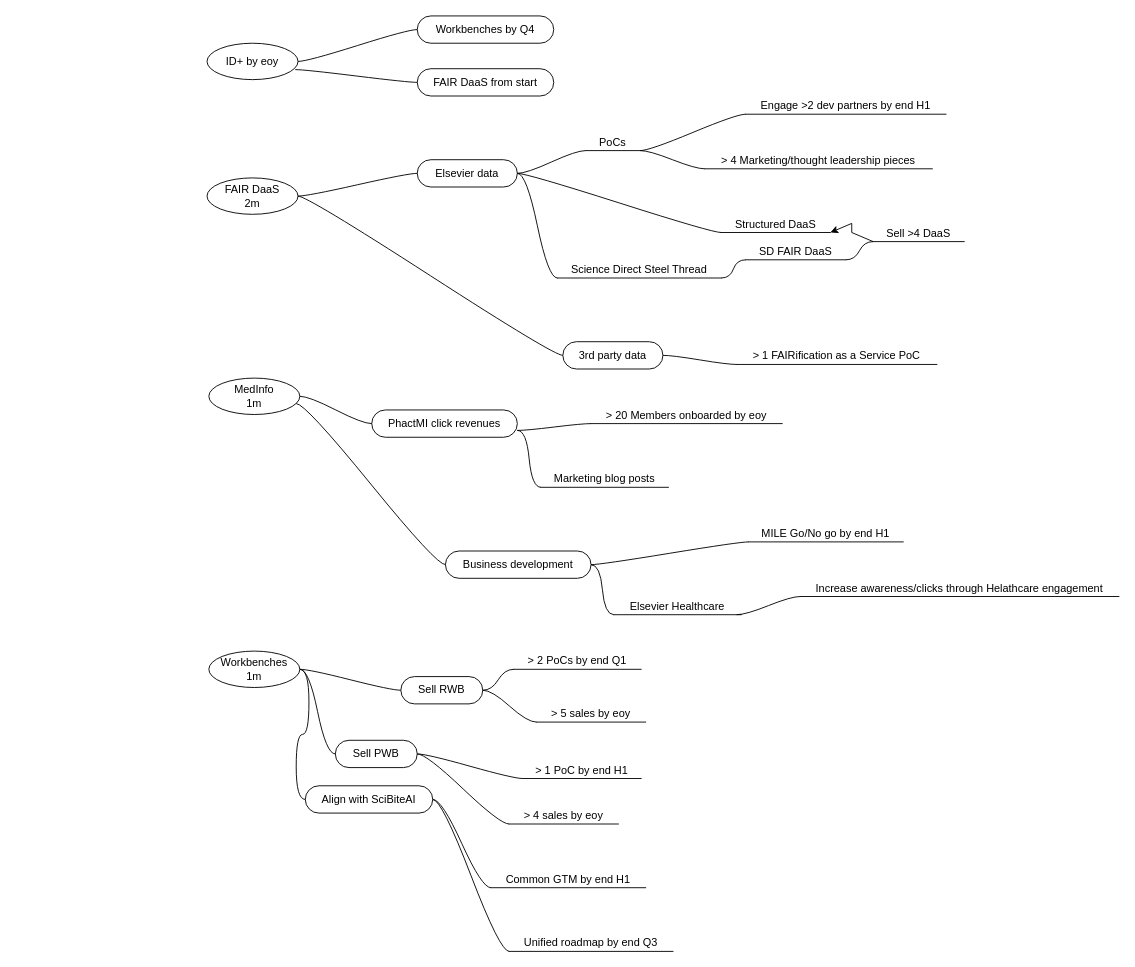
This is OKR.drawio from tim-elsevier/demos, a draw.io file, before an edit. Source tidied: cells renumbered, new cells numbered last; positions are measured from the earlier drawing's top-left corner, leaving out a move shared by most shapes. Both pictures are drawn from the tidied source at 91%, with x=0, y=0 at pixel (207, 15).
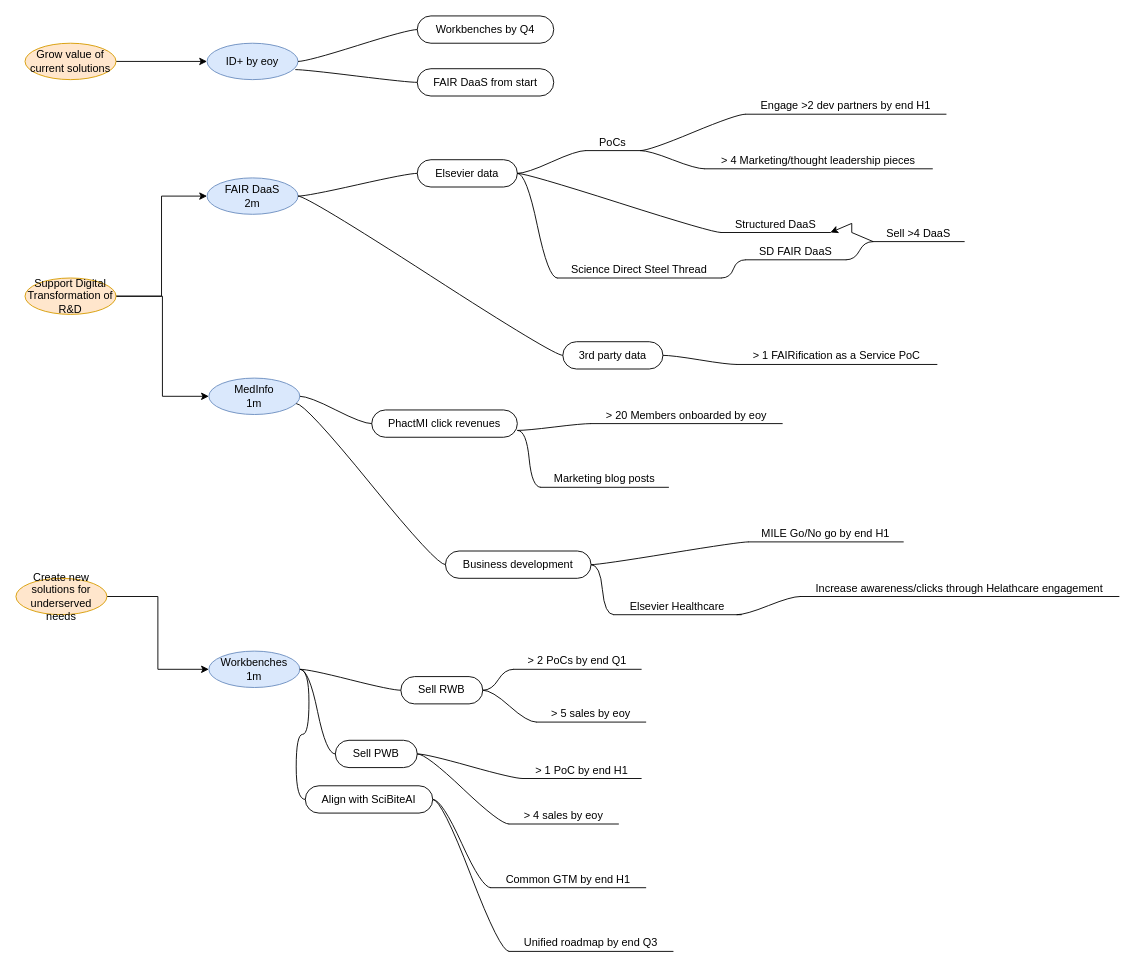
The same page after the edit.

What changed in the source:
```diff
@@
-    <mxCell id="2" value="ID+ by eoy" style="ellipse;whiteSpace=wrap;html=1;align=center;newEdgeStyle={&quot;edgeStyle&quot;:&quot;entityRelationEdgeStyle&quot;,&quot;startArrow&quot;:&quot;none&quot;,&quot;endArrow&quot;:&quot;none&quot;,&quot;segment&quot;:10,&quot;curved&quot;:1};" parent="1" vertex="1">
+    <mxCell id="2" value="ID+ by eoy" style="ellipse;whiteSpace=wrap;html=1;align=center;newEdgeStyle={&quot;edgeStyle&quot;:&quot;entityRelationEdgeStyle&quot;,&quot;startArrow&quot;:&quot;none&quot;,&quot;endArrow&quot;:&quot;none&quot;,&quot;segment&quot;:10,&quot;curved&quot;:1};fillColor=#dae8fc;strokeColor=#6c8ebf;" parent="1" vertex="1">
       <mxGeometry y="30" width="100" height="40" as="geometry" />
     </mxCell>
-    <mxCell id="3" value="FAIR DaaS&lt;br&gt;2m" style="ellipse;whiteSpace=wrap;html=1;align=center;newEdgeStyle={&quot;edgeStyle&quot;:&quot;entityRelationEdgeStyle&quot;,&quot;startArrow&quot;:&quot;none&quot;,&quot;endArrow&quot;:&quot;none&quot;,&quot;segment&quot;:10,&quot;curved&quot;:1};" parent="1" vertex="1">
+    <mxCell id="3" value="FAIR DaaS&lt;br&gt;2m" style="ellipse;whiteSpace=wrap;html=1;align=center;newEdgeStyle={&quot;edgeStyle&quot;:&quot;entityRelationEdgeStyle&quot;,&quot;startArrow&quot;:&quot;none&quot;,&quot;endArrow&quot;:&quot;none&quot;,&quot;segment&quot;:10,&quot;curved&quot;:1};fillColor=#dae8fc;strokeColor=#6c8ebf;" parent="1" vertex="1">
       <mxGeometry y="178" width="100" height="40" as="geometry" />
     </mxCell>
-    <mxCell id="4" value="MedInfo&lt;br&gt;1m" style="ellipse;whiteSpace=wrap;html=1;align=center;newEdgeStyle={&quot;edgeStyle&quot;:&quot;entityRelationEdgeStyle&quot;,&quot;startArrow&quot;:&quot;none&quot;,&quot;endArrow&quot;:&quot;none&quot;,&quot;segment&quot;:10,&quot;curved&quot;:1};" parent="1" vertex="1">
+    <mxCell id="4" value="MedInfo&lt;br&gt;1m" style="ellipse;whiteSpace=wrap;html=1;align=center;newEdgeStyle={&quot;edgeStyle&quot;:&quot;entityRelationEdgeStyle&quot;,&quot;startArrow&quot;:&quot;none&quot;,&quot;endArrow&quot;:&quot;none&quot;,&quot;segment&quot;:10,&quot;curved&quot;:1};fillColor=#dae8fc;strokeColor=#6c8ebf;" parent="1" vertex="1">
       <mxGeometry x="2" y="398" width="100" height="40" as="geometry" />
     </mxCell>
-    <mxCell id="5" value="Workbenches&lt;br&gt;1m" style="ellipse;whiteSpace=wrap;html=1;align=center;newEdgeStyle={&quot;edgeStyle&quot;:&quot;entityRelationEdgeStyle&quot;,&quot;startArrow&quot;:&quot;none&quot;,&quot;endArrow&quot;:&quot;none&quot;,&quot;segment&quot;:10,&quot;curved&quot;:1};" parent="1" vertex="1">
+    <mxCell id="5" value="Workbenches&lt;br&gt;1m" style="ellipse;whiteSpace=wrap;html=1;align=center;newEdgeStyle={&quot;edgeStyle&quot;:&quot;entityRelationEdgeStyle&quot;,&quot;startArrow&quot;:&quot;none&quot;,&quot;endArrow&quot;:&quot;none&quot;,&quot;segment&quot;:10,&quot;curved&quot;:1};fillColor=#dae8fc;strokeColor=#6c8ebf;" parent="1" vertex="1">
       <mxGeometry x="2" y="698" width="100" height="40" as="geometry" />
     </mxCell>
@@
+    <mxCell id="64" style="edgeStyle=orthogonalEdgeStyle;rounded=0;jettySize=auto;html=1;entryX=0;entryY=0.5;entryDx=0;entryDy=0;exitX=1;exitY=0.5;exitDx=0;exitDy=0;" parent="1" edge="1" source="66" target="3">
+      <mxGeometry relative="1" as="geometry" />
+    </mxCell>
+    <mxCell id="65" style="edgeStyle=orthogonalEdgeStyle;rounded=0;jettySize=auto;html=1;entryX=0;entryY=0.5;entryDx=0;entryDy=0;exitX=1;exitY=0.5;exitDx=0;exitDy=0;" parent="1" edge="1" source="66" target="4">
+      <mxGeometry relative="1" as="geometry" />
+    </mxCell>
+    <mxCell id="66" value="Support Digital Transformation of R&amp;amp;D" style="ellipse;whiteSpace=wrap;html=1;align=center;newEdgeStyle={&quot;edgeStyle&quot;:&quot;entityRelationEdgeStyle&quot;,&quot;startArrow&quot;:&quot;none&quot;,&quot;endArrow&quot;:&quot;none&quot;,&quot;segment&quot;:10,&quot;curved&quot;:1};fillColor=#ffe6cc;strokeColor=#d79b00;" parent="1" vertex="1">
+      <mxGeometry x="-200" y="288" width="100" height="40" as="geometry" />
+    </mxCell>
+    <mxCell id="67" style="edgeStyle=orthogonalEdgeStyle;rounded=0;jettySize=auto;html=1;entryX=0;entryY=0.5;entryDx=0;entryDy=0;" parent="1" edge="1" source="68" target="5">
+      <mxGeometry relative="1" as="geometry" />
+    </mxCell>
+    <mxCell id="68" value="Create new solutions for underserved needs" style="ellipse;whiteSpace=wrap;html=1;align=center;newEdgeStyle={&quot;edgeStyle&quot;:&quot;entityRelationEdgeStyle&quot;,&quot;startArrow&quot;:&quot;none&quot;,&quot;endArrow&quot;:&quot;none&quot;,&quot;segment&quot;:10,&quot;curved&quot;:1};fillColor=#ffe6cc;strokeColor=#d79b00;" parent="1" vertex="1">
+      <mxGeometry x="-210" y="618" width="100" height="40" as="geometry" />
+    </mxCell>
+    <mxCell id="69" style="edgeStyle=orthogonalEdgeStyle;rounded=0;jettySize=auto;html=1;entryX=0;entryY=0.5;entryDx=0;entryDy=0;" parent="1" edge="1" source="70" target="2">
+      <mxGeometry relative="1" as="geometry" />
+    </mxCell>
+    <mxCell id="70" value="Grow value of current solutions" style="ellipse;whiteSpace=wrap;html=1;align=center;newEdgeStyle={&quot;edgeStyle&quot;:&quot;entityRelationEdgeStyle&quot;,&quot;startArrow&quot;:&quot;none&quot;,&quot;endArrow&quot;:&quot;none&quot;,&quot;segment&quot;:10,&quot;curved&quot;:1};fillColor=#ffe6cc;strokeColor=#d79b00;" parent="1" vertex="1">
+      <mxGeometry x="-200" y="30" width="100" height="40" as="geometry" />
+    </mxCell>
```
